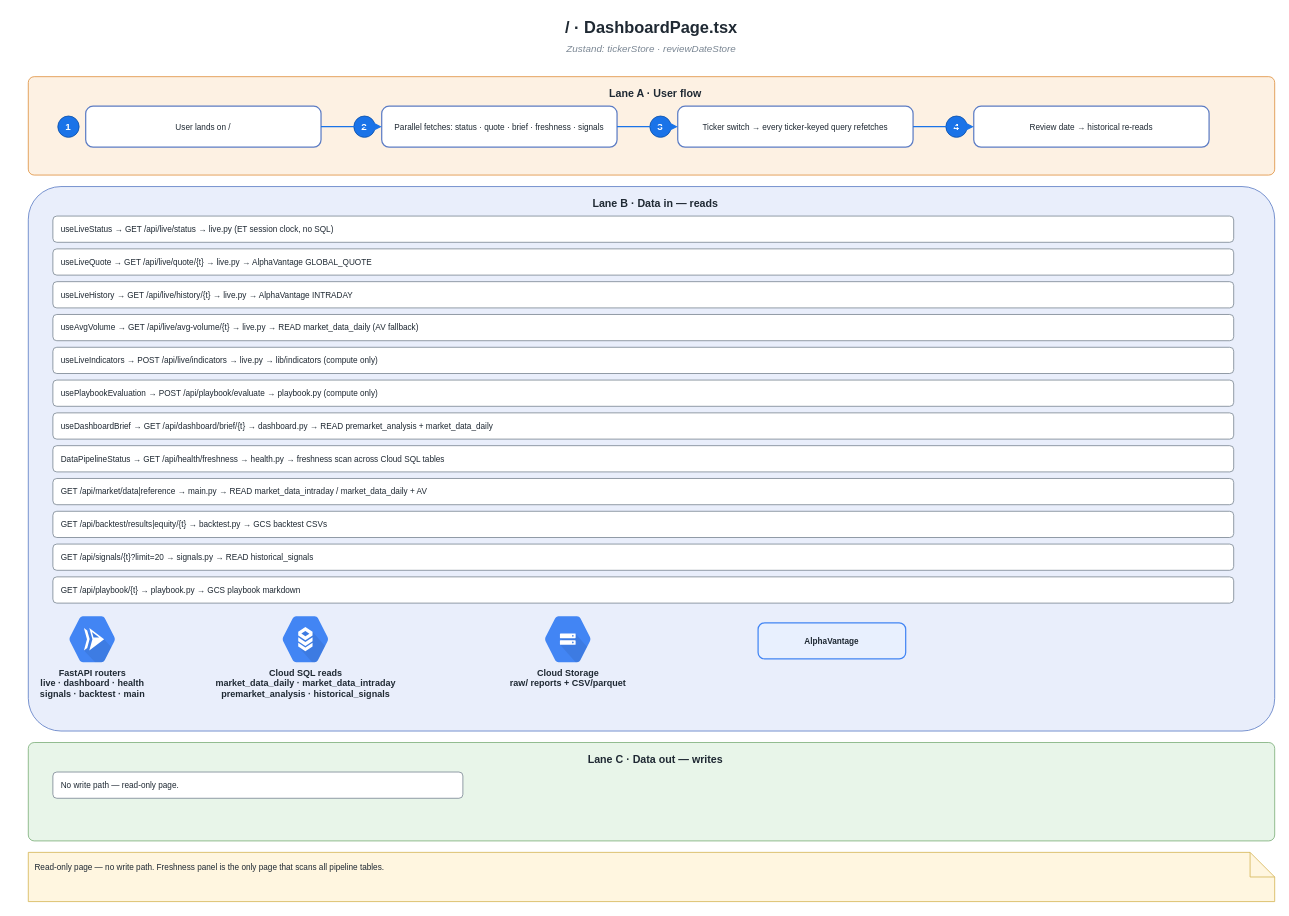
Above: page "3 · Dashboard" (4 of 15) of Frontend-icons.drawio in TeneikaAskew/solyra (draw.io), before the change. Source tidied: cells renumbered, new cells numbered last; positions are measured from the earlier drawing's top-left corner, leaving out a move shared by most shapes. Both pictures are drawn from the tidied source at 82%, with x=0, y=0 at pixel (28, 14).
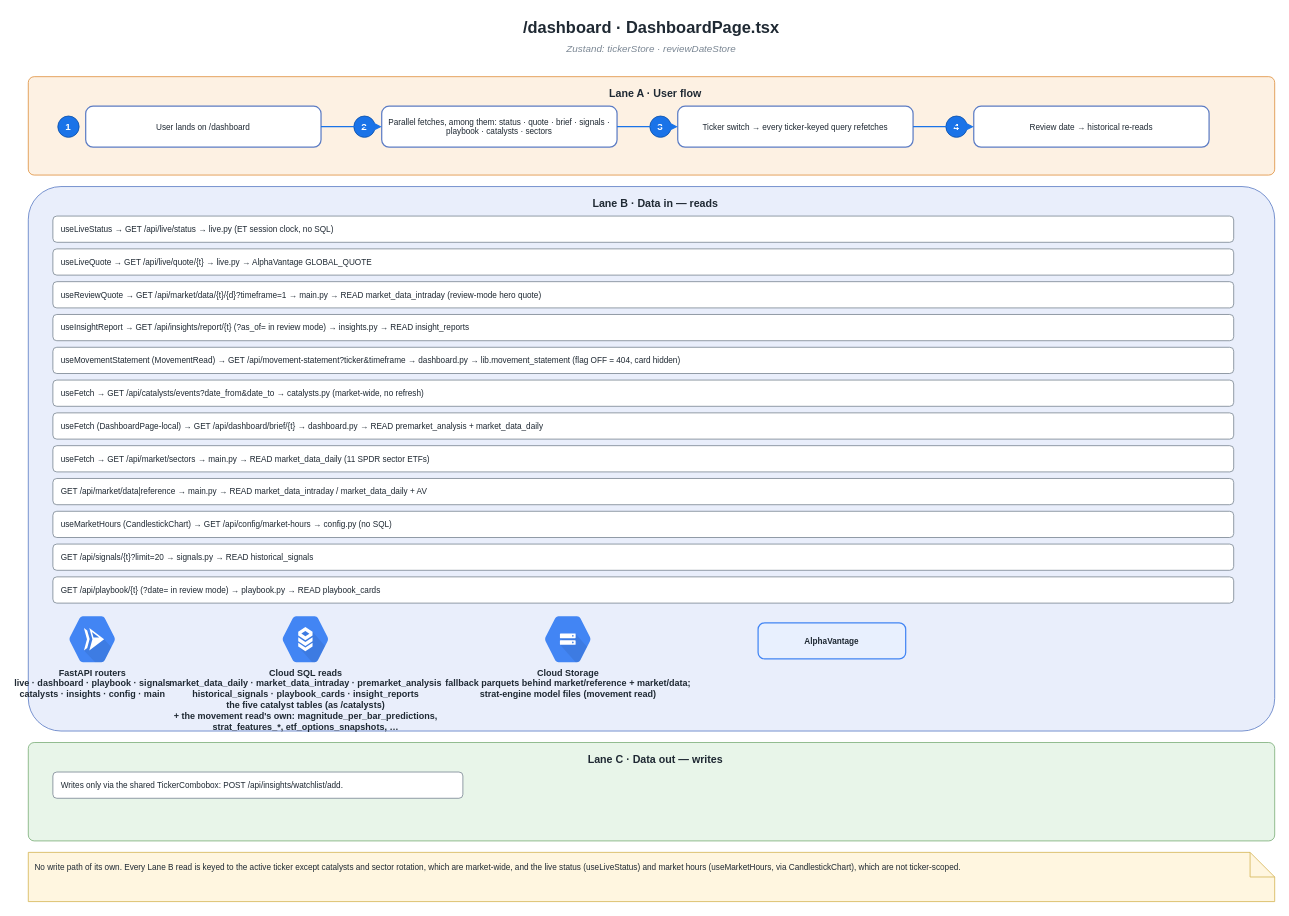
The same diagram, later.

Change to the diagram source:
```diff
@@
-    <mxCell id="2" value="/  ·  DashboardPage.tsx" style="text;html=1;strokeColor=none;fillColor=none;align=center;verticalAlign=middle;whiteSpace=wrap;rounded=0;fontSize=20;fontStyle=1;fontColor=#1f2933;" parent="1" vertex="1">
+    <mxCell id="2" value="/dashboard  ·  DashboardPage.tsx" style="text;html=1;strokeColor=none;fillColor=none;align=center;verticalAlign=middle;whiteSpace=wrap;rounded=0;fontSize=20;fontStyle=1;fontColor=#1f2933;" parent="1" vertex="1">
       <mxGeometry width="1520" height="30" as="geometry" />
     </mxCell>
@@
-    <mxCell id="6" value="User lands on /" style="rounded=1;arcSize=18;whiteSpace=wrap;html=1;fillColor=#ffffff;strokeColor=#5c7cc4;strokeWidth=1.5;fontSize=10;fontColor=#1f2933;align=center;verticalAlign=middle;" parent="1" vertex="1">
+    <mxCell id="6" value="User lands on /dashboard" style="rounded=1;arcSize=18;whiteSpace=wrap;html=1;fillColor=#ffffff;strokeColor=#5c7cc4;strokeWidth=1.5;fontSize=10;fontColor=#1f2933;align=center;verticalAlign=middle;" parent="1" vertex="1">
       <mxGeometry x="70" y="112" width="287" height="50" as="geometry" />
     </mxCell>
@@
-    <mxCell id="8" value="Parallel fetches: status · quote · brief · freshness · signals" style="rounded=1;arcSize=18;whiteSpace=wrap;html=1;fillColor=#ffffff;strokeColor=#5c7cc4;strokeWidth=1.5;fontSize=10;fontColor=#1f2933;align=center;verticalAlign=middle;" parent="1" vertex="1">
+    <mxCell id="8" value="Parallel fetches, among them: status · quote · brief · signals · playbook · catalysts · sectors" style="rounded=1;arcSize=18;whiteSpace=wrap;html=1;fillColor=#ffffff;strokeColor=#5c7cc4;strokeWidth=1.5;fontSize=10;fontColor=#1f2933;align=center;verticalAlign=middle;" parent="1" vertex="1">
       <mxGeometry x="431" y="112" width="287" height="50" as="geometry" />
     </mxCell>
@@
-    <mxCell id="19" value="useLiveHistory → GET /api/live/history/{t} → live.py → AlphaVantage INTRADAY" style="rounded=1;whiteSpace=wrap;html=1;fillColor=#ffffff;strokeColor=#7b8794;fontSize=10;align=left;verticalAlign=middle;spacingLeft=8;fontColor=#1f2933;" parent="1" vertex="1">
+    <mxCell id="19" value="useReviewQuote → GET /api/market/data/{t}/{d}?timeframe=1 → main.py → READ market_data_intraday (review-mode hero quote)" style="rounded=1;whiteSpace=wrap;html=1;fillColor=#ffffff;strokeColor=#7b8794;fontSize=10;align=left;verticalAlign=middle;spacingLeft=8;fontColor=#1f2933;" parent="1" vertex="1">
       <mxGeometry x="30" y="326" width="1440" height="32" as="geometry" />
     </mxCell>
-    <mxCell id="20" value="useAvgVolume → GET /api/live/avg-volume/{t} → live.py → READ market_data_daily (AV fallback)" style="rounded=1;whiteSpace=wrap;html=1;fillColor=#ffffff;strokeColor=#7b8794;fontSize=10;align=left;verticalAlign=middle;spacingLeft=8;fontColor=#1f2933;" parent="1" vertex="1">
+    <mxCell id="20" value="useInsightReport → GET /api/insights/report/{t} (?as_of= in review mode) → insights.py → READ insight_reports" style="rounded=1;whiteSpace=wrap;html=1;fillColor=#ffffff;strokeColor=#7b8794;fontSize=10;align=left;verticalAlign=middle;spacingLeft=8;fontColor=#1f2933;" parent="1" vertex="1">
       <mxGeometry x="30" y="366" width="1440" height="32" as="geometry" />
     </mxCell>
-    <mxCell id="21" value="useLiveIndicators → POST /api/live/indicators → live.py → lib/indicators (compute only)" style="rounded=1;whiteSpace=wrap;html=1;fillColor=#ffffff;strokeColor=#7b8794;fontSize=10;align=left;verticalAlign=middle;spacingLeft=8;fontColor=#1f2933;" parent="1" vertex="1">
+    <mxCell id="21" value="useMovementStatement (MovementRead) → GET /api/movement-statement?ticker&amp;timeframe → dashboard.py → lib.movement_statement (flag OFF = 404, card hidden)" style="rounded=1;whiteSpace=wrap;html=1;fillColor=#ffffff;strokeColor=#7b8794;fontSize=10;align=left;verticalAlign=middle;spacingLeft=8;fontColor=#1f2933;" parent="1" vertex="1">
       <mxGeometry x="30" y="406" width="1440" height="32" as="geometry" />
     </mxCell>
-    <mxCell id="22" value="usePlaybookEvaluation → POST /api/playbook/evaluate → playbook.py (compute only)" style="rounded=1;whiteSpace=wrap;html=1;fillColor=#ffffff;strokeColor=#7b8794;fontSize=10;align=left;verticalAlign=middle;spacingLeft=8;fontColor=#1f2933;" parent="1" vertex="1">
+    <mxCell id="22" value="useFetch → GET /api/catalysts/events?date_from&amp;date_to → catalysts.py (market-wide, no refresh)" style="rounded=1;whiteSpace=wrap;html=1;fillColor=#ffffff;strokeColor=#7b8794;fontSize=10;align=left;verticalAlign=middle;spacingLeft=8;fontColor=#1f2933;" parent="1" vertex="1">
       <mxGeometry x="30" y="446" width="1440" height="32" as="geometry" />
     </mxCell>
-    <mxCell id="23" value="useDashboardBrief → GET /api/dashboard/brief/{t} → dashboard.py → READ premarket_analysis + market_data_daily" style="rounded=1;whiteSpace=wrap;html=1;fillColor=#ffffff;strokeColor=#7b8794;fontSize=10;align=left;verticalAlign=middle;spacingLeft=8;fontColor=#1f2933;" parent="1" vertex="1">
+    <mxCell id="23" value="useFetch (DashboardPage-local) → GET /api/dashboard/brief/{t} → dashboard.py → READ premarket_analysis + market_data_daily" style="rounded=1;whiteSpace=wrap;html=1;fillColor=#ffffff;strokeColor=#7b8794;fontSize=10;align=left;verticalAlign=middle;spacingLeft=8;fontColor=#1f2933;" parent="1" vertex="1">
       <mxGeometry x="30" y="486" width="1440" height="32" as="geometry" />
     </mxCell>
-    <mxCell id="24" value="DataPipelineStatus → GET /api/health/freshness → health.py → freshness scan across Cloud SQL tables" style="rounded=1;whiteSpace=wrap;html=1;fillColor=#ffffff;strokeColor=#7b8794;fontSize=10;align=left;verticalAlign=middle;spacingLeft=8;fontColor=#1f2933;" parent="1" vertex="1">
+    <mxCell id="24" value="useFetch → GET /api/market/sectors → main.py → READ market_data_daily (11 SPDR sector ETFs)" style="rounded=1;whiteSpace=wrap;html=1;fillColor=#ffffff;strokeColor=#7b8794;fontSize=10;align=left;verticalAlign=middle;spacingLeft=8;fontColor=#1f2933;" parent="1" vertex="1">
       <mxGeometry x="30" y="526" width="1440" height="32" as="geometry" />
     </mxCell>
@@
-    <mxCell id="26" value="GET /api/backtest/results|equity/{t} → backtest.py → GCS backtest CSVs" style="rounded=1;whiteSpace=wrap;html=1;fillColor=#ffffff;strokeColor=#7b8794;fontSize=10;align=left;verticalAlign=middle;spacingLeft=8;fontColor=#1f2933;" parent="1" vertex="1">
+    <mxCell id="26" value="useMarketHours (CandlestickChart) → GET /api/config/market-hours → config.py (no SQL)" style="rounded=1;whiteSpace=wrap;html=1;fillColor=#ffffff;strokeColor=#7b8794;fontSize=10;align=left;verticalAlign=middle;spacingLeft=8;fontColor=#1f2933;" parent="1" vertex="1">
       <mxGeometry x="30" y="606" width="1440" height="32" as="geometry" />
     </mxCell>
@@
-    <mxCell id="28" value="GET /api/playbook/{t} → playbook.py → GCS playbook markdown" style="rounded=1;whiteSpace=wrap;html=1;fillColor=#ffffff;strokeColor=#7b8794;fontSize=10;align=left;verticalAlign=middle;spacingLeft=8;fontColor=#1f2933;" parent="1" vertex="1">
+    <mxCell id="28" value="GET /api/playbook/{t} (?date= in review mode) → playbook.py → READ playbook_cards" style="rounded=1;whiteSpace=wrap;html=1;fillColor=#ffffff;strokeColor=#7b8794;fontSize=10;align=left;verticalAlign=middle;spacingLeft=8;fontColor=#1f2933;" parent="1" vertex="1">
       <mxGeometry x="30" y="686" width="1440" height="32" as="geometry" />
     </mxCell>
-    <mxCell id="29" value="FastAPI routers&#10;live · dashboard · health&#10;signals · backtest · main" style="sketch=0;html=1;strokeColor=none;shadow=0;fillColor=#4285F4;verticalLabelPosition=bottom;verticalAlign=top;labelPosition=center;align=center;fontSize=11;fontStyle=1;fontColor=#1f2933;shape=mxgraph.gcp2.cloud_run;" parent="1" vertex="1">
+    <mxCell id="29" value="FastAPI routers&#10;live · dashboard · playbook · signals&#10;catalysts · insights · config · main" style="sketch=0;html=1;strokeColor=none;shadow=0;fillColor=#4285F4;verticalLabelPosition=bottom;verticalAlign=top;labelPosition=center;align=center;fontSize=11;fontStyle=1;fontColor=#1f2933;shape=mxgraph.gcp2.cloud_run;" parent="1" vertex="1">
       <mxGeometry x="50" y="734" width="56" height="56" as="geometry" />
     </mxCell>
-    <mxCell id="30" value="Cloud SQL reads&#10;market_data_daily · market_data_intraday&#10;premarket_analysis · historical_signals" style="sketch=0;html=1;strokeColor=none;shadow=0;fillColor=#4285F4;verticalLabelPosition=bottom;verticalAlign=top;labelPosition=center;align=center;fontSize=11;fontStyle=1;fontColor=#1f2933;shape=mxgraph.gcp2.cloud_sql;" parent="1" vertex="1">
+    <mxCell id="30" value="Cloud SQL reads&#10;market_data_daily · market_data_intraday · premarket_analysis&#10;historical_signals · playbook_cards · insight_reports&#10;the five catalyst tables (as /catalysts)&#10;+ the movement read's own: magnitude_per_bar_predictions,&#10;strat_features_*, etf_options_snapshots, …" style="sketch=0;html=1;strokeColor=none;shadow=0;fillColor=#4285F4;verticalLabelPosition=bottom;verticalAlign=top;labelPosition=center;align=center;fontSize=11;fontStyle=1;fontColor=#1f2933;shape=mxgraph.gcp2.cloud_sql;" parent="1" vertex="1">
       <mxGeometry x="310" y="734" width="56" height="56" as="geometry" />
     </mxCell>
-    <mxCell id="31" value="Cloud Storage&#10;raw/ reports + CSV/parquet" style="sketch=0;html=1;strokeColor=none;shadow=0;fillColor=#4285F4;verticalLabelPosition=bottom;verticalAlign=top;labelPosition=center;align=center;fontSize=11;fontStyle=1;fontColor=#1f2933;shape=mxgraph.gcp2.cloud_storage;" parent="1" vertex="1">
+    <mxCell id="31" value="Cloud Storage&#10;fallback parquets behind market/reference + market/data;&#10;strat-engine model files (movement read)" style="sketch=0;html=1;strokeColor=none;shadow=0;fillColor=#4285F4;verticalLabelPosition=bottom;verticalAlign=top;labelPosition=center;align=center;fontSize=11;fontStyle=1;fontColor=#1f2933;shape=mxgraph.gcp2.cloud_storage;" parent="1" vertex="1">
       <mxGeometry x="630" y="734" width="56" height="56" as="geometry" />
     </mxCell>
@@
-    <mxCell id="34" value="No write path — read-only page." style="rounded=1;whiteSpace=wrap;html=1;fillColor=#ffffff;strokeColor=#7b8794;fontSize=10;align=left;verticalAlign=middle;spacingLeft=8;fontColor=#1f2933;" parent="1" vertex="1">
+    <mxCell id="34" value="Writes only via the shared TickerCombobox: POST /api/insights/watchlist/add." style="rounded=1;whiteSpace=wrap;html=1;fillColor=#ffffff;strokeColor=#7b8794;fontSize=10;align=left;verticalAlign=middle;spacingLeft=8;fontColor=#1f2933;" parent="1" vertex="1">
       <mxGeometry x="30" y="924" width="500" height="32" as="geometry" />
     </mxCell>
-    <mxCell id="35" value="Read-only page — no write path. Freshness panel is the only page that scans all pipeline tables." style="shape=note;whiteSpace=wrap;html=1;fillColor=#fff6e0;strokeColor=#d6b656;strokeWidth=1;fontSize=10;align=left;verticalAlign=top;spacing=8;fontColor=#1f2933;" parent="1" vertex="1">
+    <mxCell id="35" value="No write path of its own. Every Lane B read is keyed to the active ticker except catalysts and sector rotation, which are market-wide, and the live status (useLiveStatus) and market hours (useMarketHours, via CandlestickChart), which are not ticker-scoped." style="shape=note;whiteSpace=wrap;html=1;fillColor=#fff6e0;strokeColor=#d6b656;strokeWidth=1;fontSize=10;align=left;verticalAlign=top;spacing=8;fontColor=#1f2933;" parent="1" vertex="1">
       <mxGeometry y="1022" width="1520" height="60" as="geometry" />
     </mxCell>
```
